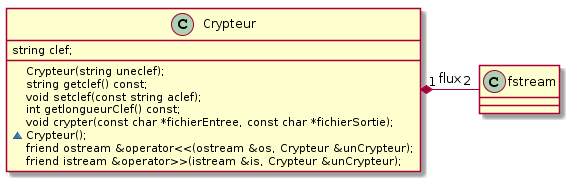
Above: sujets/tp10/classes.png in alainlebret/cpplab (PlantUML), before the change.
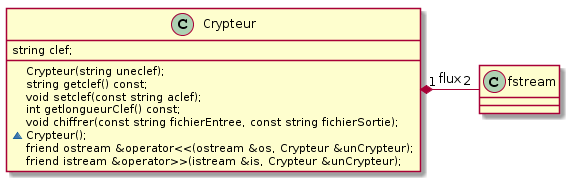
Above is the later version.

What changed in the source:
```diff
@@ -9,7 +9,7 @@
     string getclef() const;
     void setclef(const string aclef);
     int getlongueurClef() const;
-    void crypter(const char *fichierEntree, const char *fichierSortie);
+    void chiffrer(const string fichierEntree, const string fichierSortie);
     ~Crypteur();
     friend ostream &operator<<(ostream &os, Crypteur &unCrypteur);
     friend istream &operator>>(istream &is, Crypteur &unCrypteur);
```
